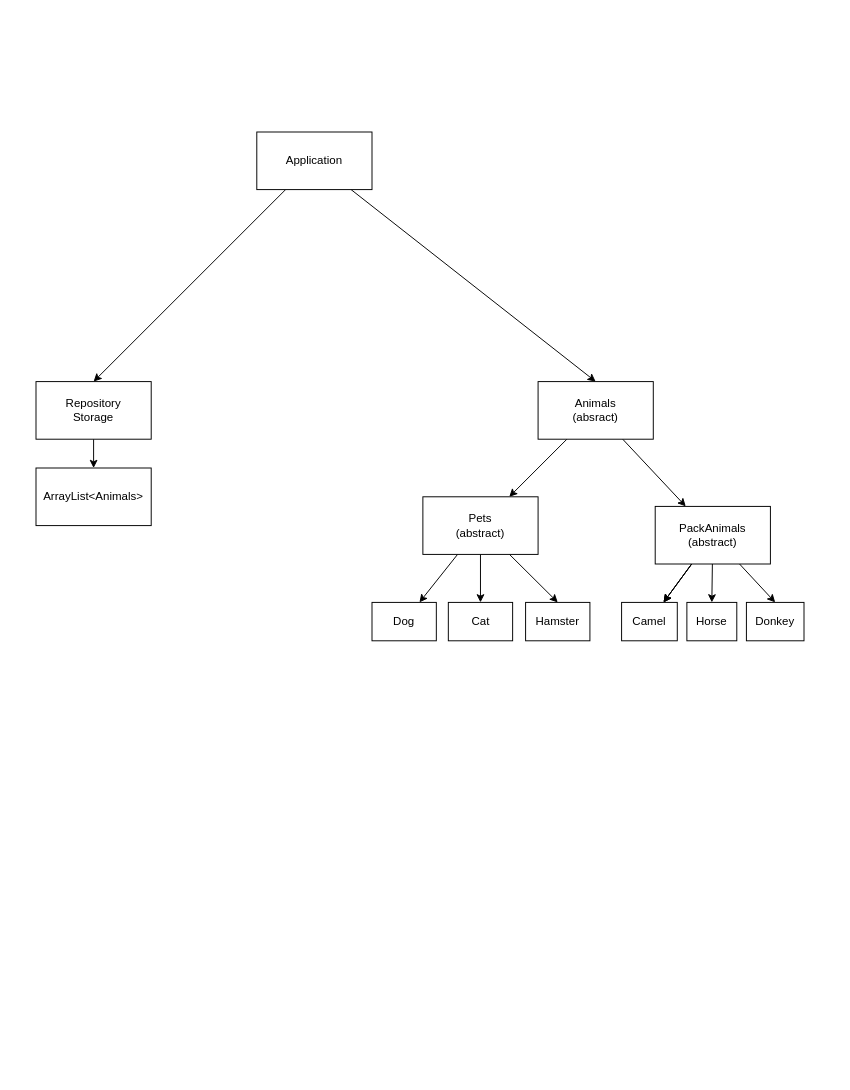
Earlier version of the draw.io diagram docs/diagram.drawio (LittleDrongo/gb_animal_accounting_system_2024). Source tidied: cells renumbered, new cells numbered last; positions are measured from the earlier drawing's top-left corner, leaving out a move shared by most shapes. Both pictures are drawn from the tidied source at 96%, with x=0, y=0 at pixel (36, 132).
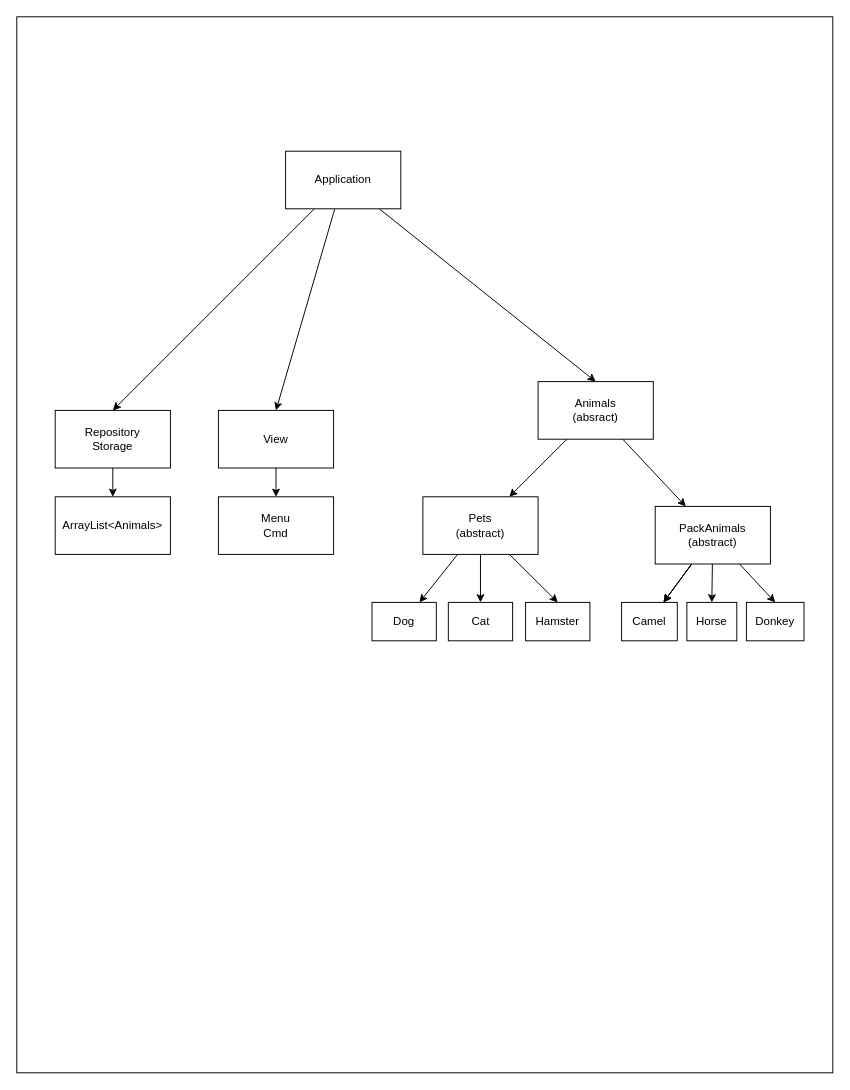
Above is the later version.

Diff of the diagram source:
```diff
@@
+    <mxCell id="27" style="rounded=0;whiteSpace=wrap;html=1;" parent="1" vertex="1">
+      <mxGeometry x="-20" y="-120" width="850" height="1100" as="geometry" />
+    </mxCell>
@@
     <mxCell id="22" value="Repository&lt;br&gt;Storage" style="rounded=0;whiteSpace=wrap;html=1;" parent="1" vertex="1">
-      <mxGeometry y="260" width="120" height="60" as="geometry" />
+      <mxGeometry x="20" y="290" width="120" height="60" as="geometry" />
     </mxCell>
@@
+    <mxCell id="28" style="edgeStyle=none;html=1;entryX=0.5;entryY=0;entryDx=0;entryDy=0;" parent="1" edge="1" source="25" target="30">
+      <mxGeometry relative="1" as="geometry" />
+    </mxCell>
     <mxCell id="25" value="Application" style="rounded=0;whiteSpace=wrap;html=1;" parent="1" vertex="1">
-      <mxGeometry x="230" width="120" height="60" as="geometry" />
+      <mxGeometry x="260" y="20" width="120" height="60" as="geometry" />
     </mxCell>
     <mxCell id="26" value="ArrayList&amp;lt;Animals&amp;gt;" style="whiteSpace=wrap;html=1;rounded=0;" parent="1" vertex="1">
-      <mxGeometry y="350" width="120" height="60" as="geometry" />
+      <mxGeometry x="20" y="380" width="120" height="60" as="geometry" />
     </mxCell>
+    <mxCell id="29" style="edgeStyle=none;html=1;" parent="1" edge="1" source="30" target="31">
+      <mxGeometry relative="1" as="geometry" />
+    </mxCell>
+    <mxCell id="30" value="View" style="rounded=0;whiteSpace=wrap;html=1;" parent="1" vertex="1">
+      <mxGeometry x="190" y="290" width="120" height="60" as="geometry" />
+    </mxCell>
+    <mxCell id="31" value="Menu&lt;br&gt;Cmd" style="whiteSpace=wrap;html=1;rounded=0;" parent="1" vertex="1">
+      <mxGeometry x="190" y="380" width="120" height="60" as="geometry" />
+    </mxCell>
```
